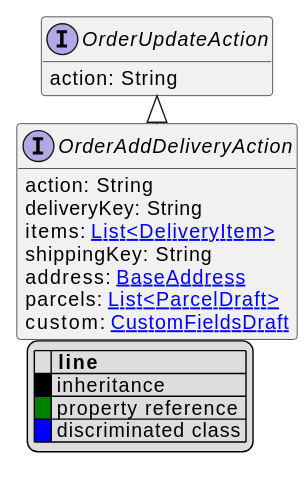
This is uml/api/svg/OrderAddDeliveryAction.svg from commercetools/commercetools-api-reference, a PlantUML export, as it was before one commit.
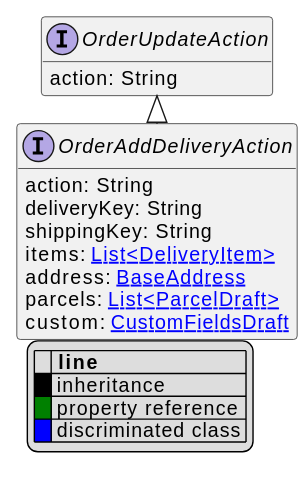
The same file after the commit.

Change to the diagram source:
```diff
@@ -11,8 +11,8 @@
 interface OrderAddDeliveryAction [[OrderAddDeliveryAction.svg]] extends OrderUpdateAction {
     action: String
     deliveryKey: String
+    shippingKey: String
     items: [[DeliveryItem.svg List<DeliveryItem>]]
-    shippingKey: String
     address: [[BaseAddress.svg BaseAddress]]
     parcels: [[ParcelDraft.svg List<ParcelDraft>]]
     custom: [[CustomFieldsDraft.svg CustomFieldsDraft]]
```
